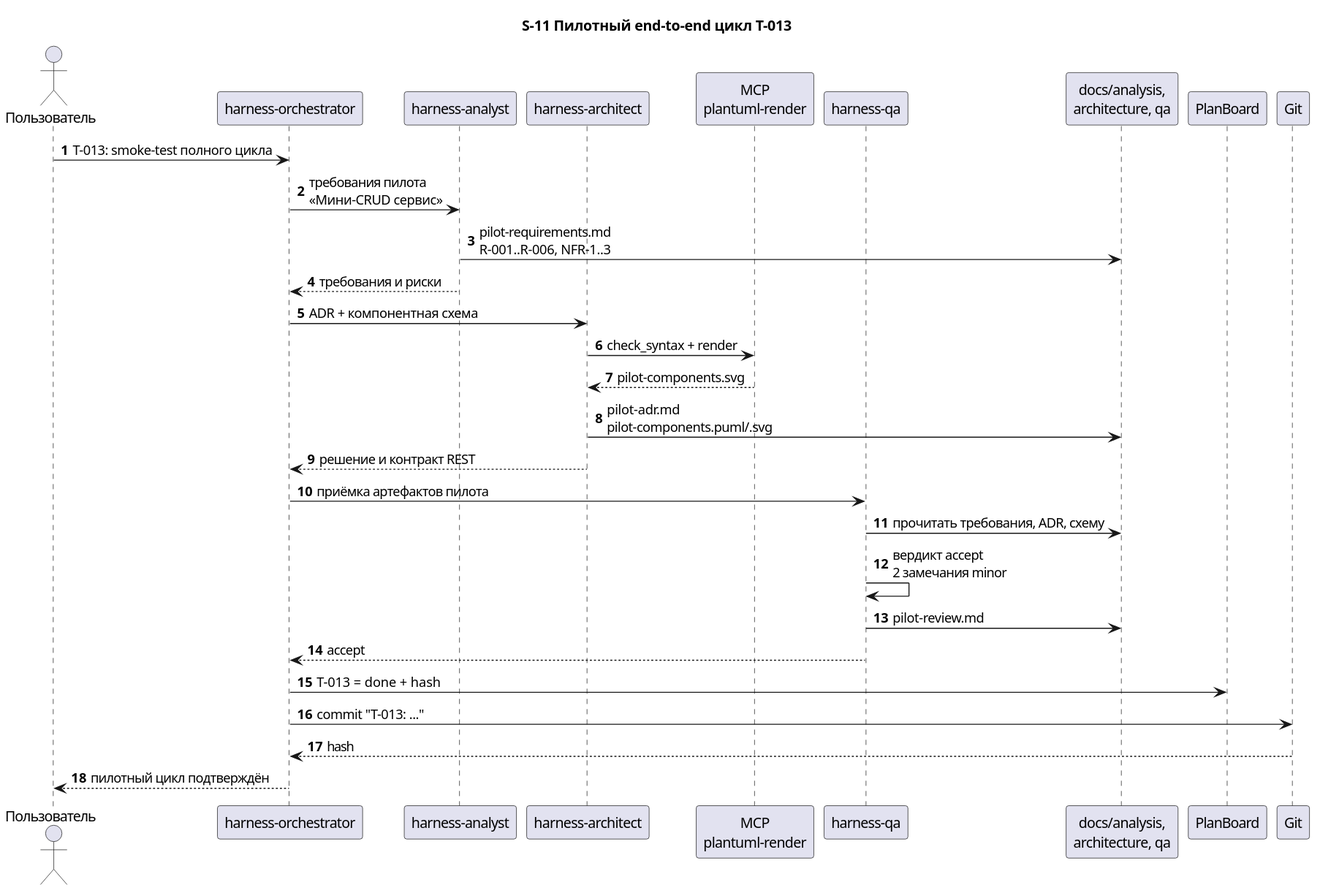
Above: docs/description/diagrams/seq-11-pilot-e2e.svg in serge-sasov/harness (PlantUML), before the change.
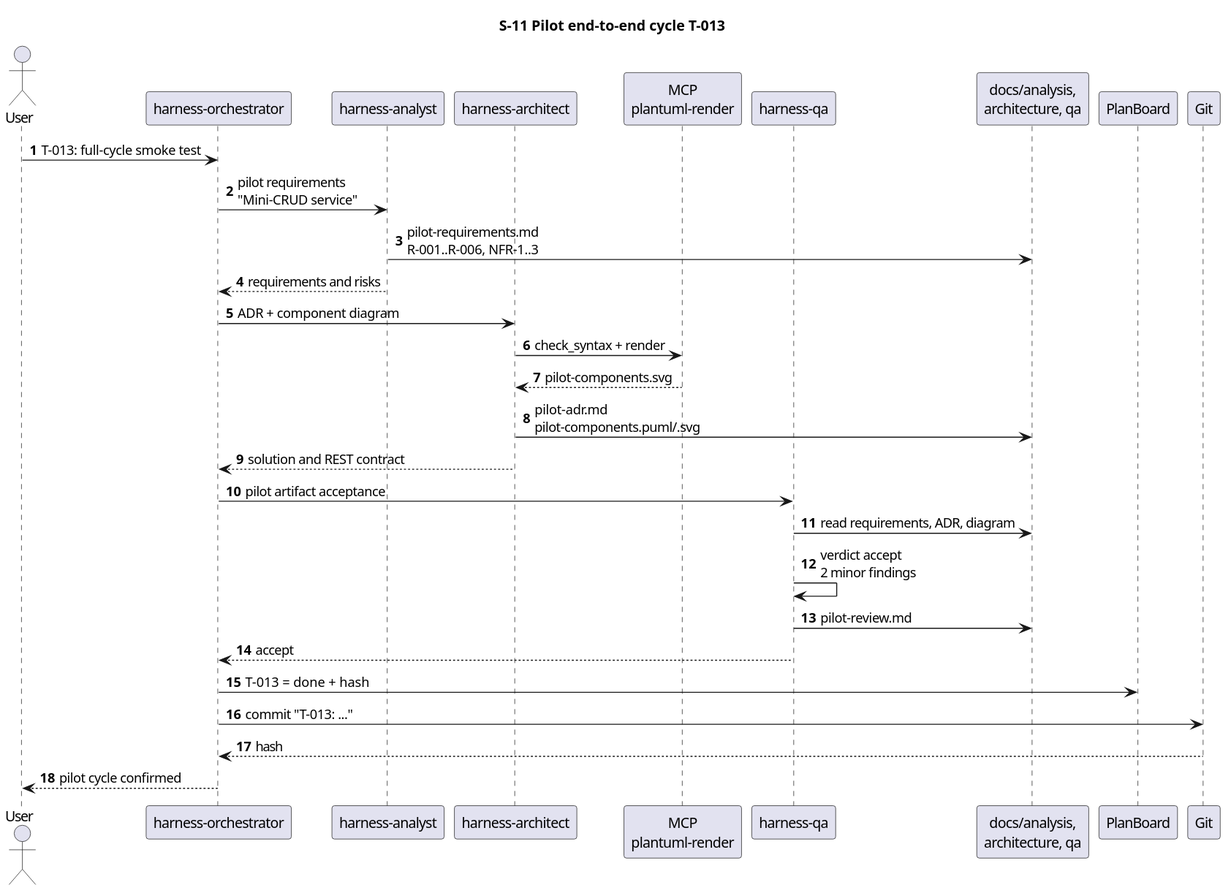
The same diagram one commit later.

Change to the diagram source:
```diff
@@ -1,9 +1,9 @@
 @startuml
 autonumber
 skinparam defaultFontName Segoe UI
-title S-11 Пилотный end-to-end цикл T-013
+title S-11 Pilot end-to-end cycle T-013
 
-actor "Пользователь" as user
+actor "User" as user
 participant "harness-orchestrator" as orch
 participant "harness-analyst" as analyst
 participant "harness-architect" as arch
@@ -13,22 +13,22 @@
 participant "PlanBoard" as board
 participant "Git" as git
 
-user -> orch : T-013: smoke-test полного цикла
-orch -> analyst : требования пилота\n«Мини-CRUD сервис»
+user -> orch : T-013: full-cycle smoke test
+orch -> analyst : pilot requirements\n"Mini-CRUD service"
 analyst -> pilot : pilot-requirements.md\nR-001..R-006, NFR-1..3
-analyst --> orch : требования и риски
-orch -> arch : ADR + компонентная схема
+analyst --> orch : requirements and risks
+orch -> arch : ADR + component diagram
 arch -> mcp : check_syntax + render
 mcp --> arch : pilot-components.svg
 arch -> pilot : pilot-adr.md\npilot-components.puml/.svg
-arch --> orch : решение и контракт REST
-orch -> qa : приёмка артефактов пилота
-qa -> pilot : прочитать требования, ADR, схему
-qa -> qa : вердикт accept\n2 замечания minor
+arch --> orch : solution and REST contract
+orch -> qa : pilot artifact acceptance
+qa -> pilot : read requirements, ADR, diagram
+qa -> qa : verdict accept\n2 minor findings
 qa -> pilot : pilot-review.md
 qa --> orch : accept
 orch -> board : T-013 = done + hash
 orch -> git : commit "T-013: ..."
 git --> orch : hash
-orch --> user : пилотный цикл подтверждён
+orch --> user : pilot cycle confirmed
 @enduml
```
